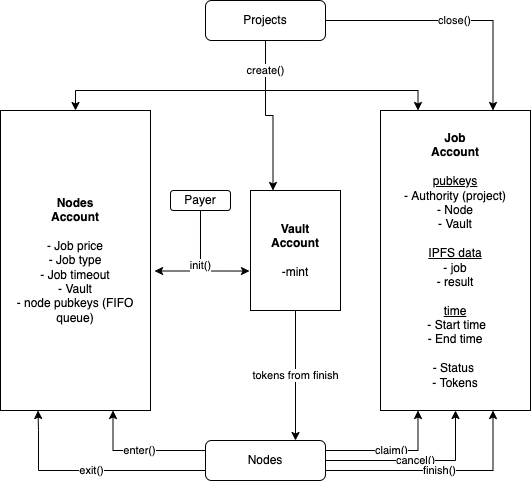
Earlier version of the draw.io export docs/img/jobs.png (nosana-ci/nosana-programs). Source tidied: cells renumbered, new cells last; positions are measured from the earlier drawing's top-left corner, leaving out a move shared by most shapes.
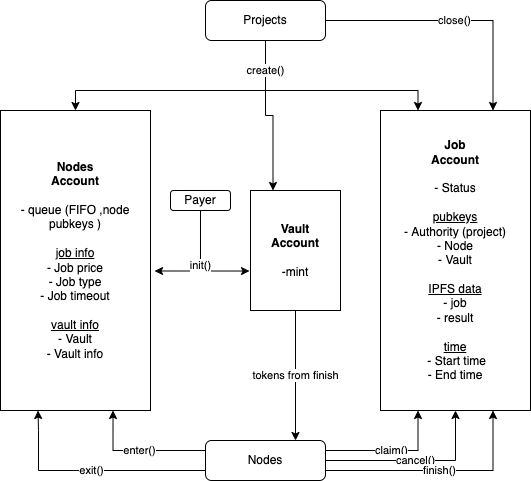
Above is the later version.

Commit message:
Update error messages and rename nodes -> queue

Diff of the diagram source:
```diff
@@ -25,10 +25,10 @@
     <mxCell id="7" value="Nodes" style="rounded=1;whiteSpace=wrap;html=1;fontSize=12;glass=0;strokeWidth=1;shadow=0;" parent="1" vertex="1">
       <mxGeometry x="205" y="440" width="120" height="40" as="geometry" />
     </mxCell>
-    <mxCell id="8" value="&lt;b&gt;Nodes&lt;br&gt;Account&lt;/b&gt;&lt;br&gt;&lt;br&gt;- Job price&lt;br&gt;- Job type&lt;br&gt;- Job timeout&lt;br&gt;- Vault&lt;br&gt;- node pubkeys (FIFO queue)" style="rounded=0;whiteSpace=wrap;html=1;" parent="1" vertex="1">
+    <mxCell id="8" value="&lt;b&gt;Nodes&lt;br&gt;Account&lt;/b&gt;&lt;br&gt;&lt;br&gt;- queue (FIFO ,node pubkeys&amp;nbsp;)&lt;br&gt;&lt;br&gt;&lt;u&gt;job info&lt;/u&gt;&lt;br&gt;- Job price&lt;br&gt;- Job type&lt;br&gt;- Job timeout&lt;br&gt;&lt;u&gt;&lt;br&gt;vault info&lt;/u&gt;&lt;br&gt;- Vault&lt;br&gt;- Vault info&lt;br&gt;" style="rounded=0;whiteSpace=wrap;html=1;" parent="1" vertex="1">
       <mxGeometry y="110" width="150" height="300" as="geometry" />
     </mxCell>
-    <mxCell id="9" value="&lt;b&gt;Job&lt;br&gt;Account&lt;/b&gt;&lt;br&gt;&lt;br&gt;&lt;u&gt;pubkeys&lt;/u&gt;&lt;br&gt;- Authority (project)&lt;br&gt;- Node&lt;br&gt;- Vault&lt;br&gt;&lt;br&gt;&lt;u&gt;IPFS data&lt;/u&gt;&lt;br&gt;- job&lt;br&gt;- result&lt;br&gt;&lt;br&gt;&lt;u&gt;time&lt;/u&gt;&lt;br&gt;&amp;nbsp;- Start time&lt;br&gt;- End time&lt;br&gt;&lt;br&gt;- Status&amp;nbsp;&lt;br&gt;- Tokens" style="rounded=0;whiteSpace=wrap;html=1;" parent="1" vertex="1">
+    <mxCell id="9" value="&lt;b&gt;Job&lt;br&gt;Account&lt;/b&gt;&lt;br&gt;&lt;br&gt;- Status&lt;br&gt;&lt;u&gt;&lt;br&gt;pubkeys&lt;/u&gt;&lt;br&gt;- Authority (project)&lt;br&gt;- Node&lt;br&gt;- Vault&lt;br&gt;&lt;br&gt;&lt;u&gt;IPFS data&lt;/u&gt;&lt;br&gt;- job&lt;br&gt;- result&lt;br&gt;&lt;br&gt;&lt;u&gt;time&lt;/u&gt;&lt;br&gt;&amp;nbsp;- Start time&lt;br&gt;- End time" style="rounded=0;whiteSpace=wrap;html=1;" parent="1" vertex="1">
       <mxGeometry x="380" y="110" width="150" height="300" as="geometry" />
     </mxCell>
     <mxCell id="10" style="edgeStyle=orthogonalEdgeStyle;rounded=0;jettySize=auto;html=1;exitX=0.5;exitY=1;exitDx=0;exitDy=0;entryX=0.25;entryY=0;entryDx=0;entryDy=0;" parent="1" edge="1" source="14" target="19">
```
